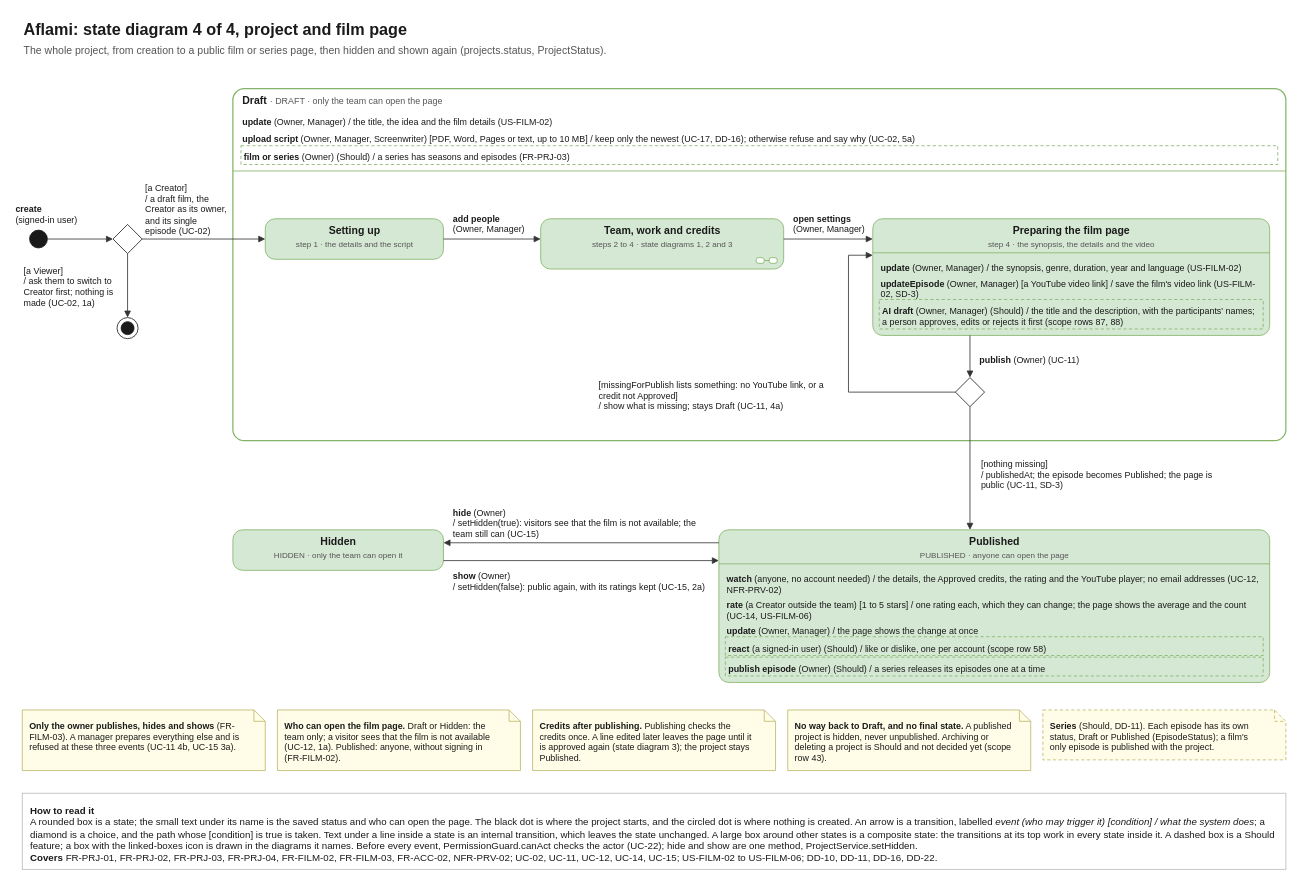
Anas-Azib/Aflami keeps this draw.io diagram as design/diagrams/Aflami_State_Project.drawio. Above is the earlier version. Source tidied: cells renumbered, new cells numbered last; positions are measured from the earlier drawing's top-left corner, leaving out a move shared by most shapes. Both pictures are drawn from the tidied source at 81%, with x=0, y=0 at pixel (14, 14).
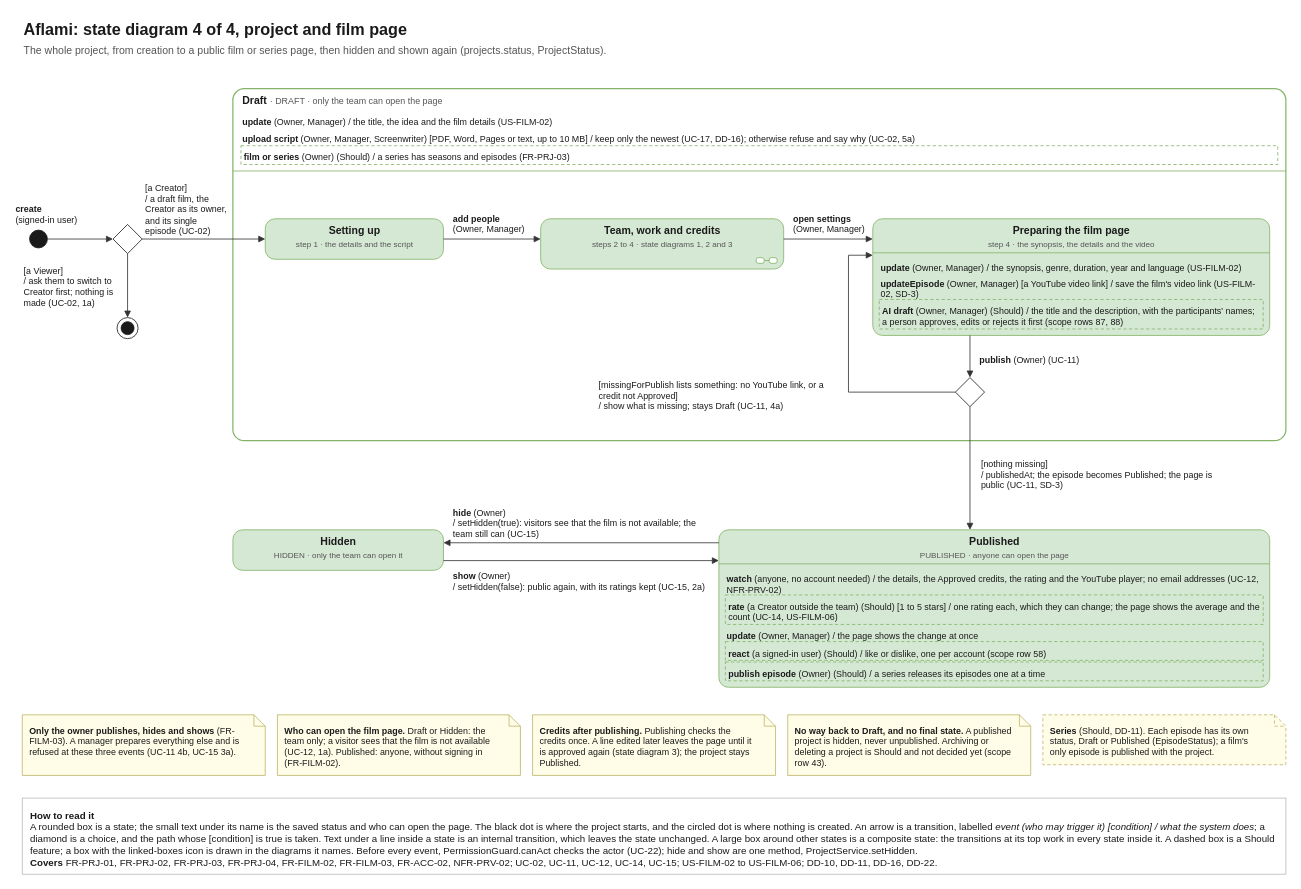
After the change.

What changed in the source:
```diff
@@
     <mxCell id="41" style="rounded=1;absoluteArcSize=1;arcSize=24;whiteSpace=wrap;html=1;fillColor=#D5E8D4;strokeColor=#82B366;" parent="1" vertex="1">
-      <mxGeometry x="870" y="636.6" width="680" height="188.4" as="geometry" />
+      <mxGeometry x="870" y="636.6" width="680" height="194.4" as="geometry" />
     </mxCell>
@@
-    <mxCell id="45" value="&lt;b&gt;rate&lt;/b&gt; (a Creator outside the team) [1 to 5 stars] / one rating each, which they can change; the page shows the average and the count (UC-14, US-FILM-06)" style="text;html=1;align=left;verticalAlign=top;whiteSpace=wrap;fontSize=11;fontColor=#1A1A1A;spacing=2;" parent="1" vertex="1">
-      <mxGeometry x="878" y="717" width="664" height="30.4" as="geometry" />
+    <mxCell id="45" value="&lt;b&gt;rate&lt;/b&gt; (a Creator outside the team) (Should) [1 to 5 stars] / one rating each, which they can change; the page shows the average and the count (UC-14, US-FILM-06)" style="rounded=0;html=1;align=left;verticalAlign=top;whiteSpace=wrap;fontSize=11;fontColor=#1A1A1A;spacing=4;fillColor=none;dashed=1;dashPattern=4 3;strokeColor=#82B366;" parent="1" vertex="1">
+      <mxGeometry x="878" y="717" width="664" height="36.4" as="geometry" />
     </mxCell>
     <mxCell id="46" value="&lt;b&gt;update&lt;/b&gt; (Owner, Manager) / the page shows the change at once" style="text;html=1;align=left;verticalAlign=top;whiteSpace=wrap;fontSize=11;fontColor=#1A1A1A;spacing=2;" parent="1" vertex="1">
-      <mxGeometry x="878" y="749.4" width="664" height="17.2" as="geometry" />
+      <mxGeometry x="878" y="755.4" width="664" height="17.2" as="geometry" />
     </mxCell>
     <mxCell id="47" value="&lt;b&gt;react&lt;/b&gt; (a signed-in user) (Should) / like or dislike, one per account (scope row 58)" style="rounded=0;html=1;align=left;verticalAlign=top;whiteSpace=wrap;fontSize=11;fontColor=#1A1A1A;spacing=4;fillColor=none;dashed=1;dashPattern=4 3;strokeColor=#82B366;" parent="1" vertex="1">
-      <mxGeometry x="878" y="768.6" width="664" height="23.2" as="geometry" />
+      <mxGeometry x="878" y="774.6" width="664" height="23.2" as="geometry" />
     </mxCell>
     <mxCell id="48" value="&lt;b&gt;publish episode&lt;/b&gt; (Owner) (Should) / a series releases its episodes one at a time" style="rounded=0;html=1;align=left;verticalAlign=top;whiteSpace=wrap;fontSize=11;fontColor=#1A1A1A;spacing=4;fillColor=none;dashed=1;dashPattern=4 3;strokeColor=#82B366;" parent="1" vertex="1">
-      <mxGeometry x="878" y="793.8" width="664" height="23.2" as="geometry" />
+      <mxGeometry x="878" y="799.8" width="664" height="23.2" as="geometry" />
     </mxCell>
@@
     <mxCell id="57" value="&lt;b&gt;Only the owner publishes, hides and shows&lt;/b&gt; (FR-FILM-03). A manager prepares everything else and is refused at these three events (UC-11 4b, UC-15 3a)." style="shape=note;whiteSpace=wrap;html=1;size=14;align=left;verticalAlign=top;spacing=9;spacingRight=16;fillColor=#FFFDE7;strokeColor=#BDB76B;fontSize=11;fontColor=#1A1A1A;" parent="1" vertex="1">
-      <mxGeometry x="10" y="859" width="300" height="74.8" as="geometry" />
+      <mxGeometry x="10" y="865" width="300" height="74.8" as="geometry" />
     </mxCell>
     <mxCell id="58" value="&lt;b&gt;Who can open the film page.&lt;/b&gt; Draft or Hidden: the team only; a visitor sees that the film is not available (UC-12, 1a). Published: anyone, without signing in (FR-FILM-02)." style="shape=note;whiteSpace=wrap;html=1;size=14;align=left;verticalAlign=top;spacing=9;spacingRight=16;fillColor=#FFFDE7;strokeColor=#BDB76B;fontSize=11;fontColor=#1A1A1A;" parent="1" vertex="1">
-      <mxGeometry x="325" y="859" width="300" height="74.8" as="geometry" />
+      <mxGeometry x="325" y="865" width="300" height="74.8" as="geometry" />
     </mxCell>
     <mxCell id="59" value="&lt;b&gt;Credits after publishing.&lt;/b&gt; Publishing checks the credits once. A line edited later leaves the page until it is approved again (state diagram 3); the project stays Published." style="shape=note;whiteSpace=wrap;html=1;size=14;align=left;verticalAlign=top;spacing=9;spacingRight=16;fillColor=#FFFDE7;strokeColor=#BDB76B;fontSize=11;fontColor=#1A1A1A;" parent="1" vertex="1">
-      <mxGeometry x="640" y="859" width="300" height="74.8" as="geometry" />
+      <mxGeometry x="640" y="865" width="300" height="74.8" as="geometry" />
     </mxCell>
     <mxCell id="60" value="&lt;b&gt;No way back to Draft, and no final state.&lt;/b&gt; A published project is hidden, never unpublished. Archiving or deleting a project is Should and not decided yet (scope row 43)." style="shape=note;whiteSpace=wrap;html=1;size=14;align=left;verticalAlign=top;spacing=9;spacingRight=16;fillColor=#FFFDE7;strokeColor=#BDB76B;fontSize=11;fontColor=#1A1A1A;" parent="1" vertex="1">
-      <mxGeometry x="955" y="859" width="300" height="74.8" as="geometry" />
+      <mxGeometry x="955" y="865" width="300" height="74.8" as="geometry" />
     </mxCell>
     <mxCell id="61" value="&lt;b&gt;Series&lt;/b&gt; (Should, DD-11). Each episode has its own status, Draft or Published (EpisodeStatus); a film's only episode is published with the project." style="shape=note;whiteSpace=wrap;html=1;size=14;align=left;verticalAlign=top;spacing=9;spacingRight=16;fillColor=#FFFDE7;strokeColor=#BDB76B;fontSize=11;fontColor=#1A1A1A;dashed=1;dashPattern=4 3;" parent="1" vertex="1">
-      <mxGeometry x="1270" y="859" width="300" height="61.6" as="geometry" />
+      <mxGeometry x="1270" y="865" width="300" height="61.6" as="geometry" />
     </mxCell>
     <mxCell id="62" value="&lt;b&gt;How to read it&lt;/b&gt;&lt;br&gt;A rounded box is a state; the small text under its name is the saved status and who can open the page. The black dot is where the project starts, and the circled dot is where nothing is created. An arrow is a transition, labelled &lt;i&gt;event (who may trigger it) [condition] / what the system does&lt;/i&gt;; a diamond is a choice, and the path whose [condition] is true is taken. Text under a line inside a state is an internal transition, which leaves the state unchanged. A large box around other states is a composite state: the transitions at its top work in every state inside it. A dashed box is a Should feature; a box with the linked-boxes icon is drawn in the diagrams it names. Before every event, PermissionGuard.canAct checks the actor (UC-22); hide and show are one method, ProjectService.setHidden.&lt;br&gt;&lt;b&gt;Covers&lt;/b&gt; FR-PRJ-01, FR-PRJ-02, FR-PRJ-03, FR-PRJ-04, FR-FILM-02, FR-FILM-03, FR-ACC-02, NFR-PRV-02; UC-02, UC-11, UC-12, UC-14, UC-15; US-FILM-02 to US-FILM-06; DD-10, DD-11, DD-16, DD-22." style="rounded=0;whiteSpace=wrap;html=1;align=left;verticalAlign=top;spacing=10;fillColor=#FFFFFF;strokeColor=#BBBBBB;fontSize=12;fontColor=#1A1A1A;" parent="1" vertex="1">
-      <mxGeometry x="10" y="961.8" width="1560" height="94" as="geometry" />
+      <mxGeometry x="10" y="967.8" width="1560" height="94" as="geometry" />
     </mxCell>
```
